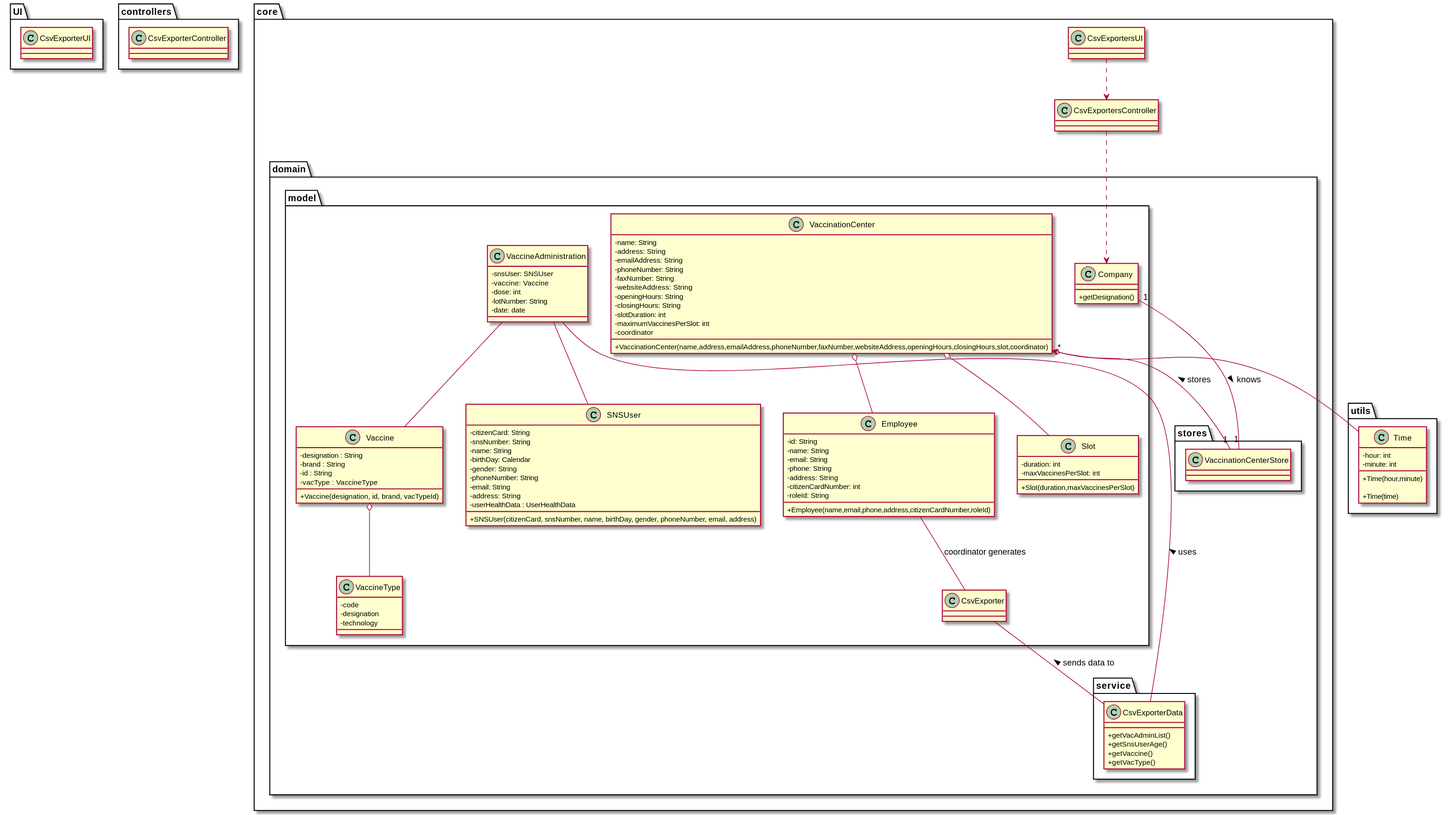
Before: docs/SprintD/US15/CD/US15_CD.svg, a diagram exported from PlantUML (miseEnPlace-i/lapr2).
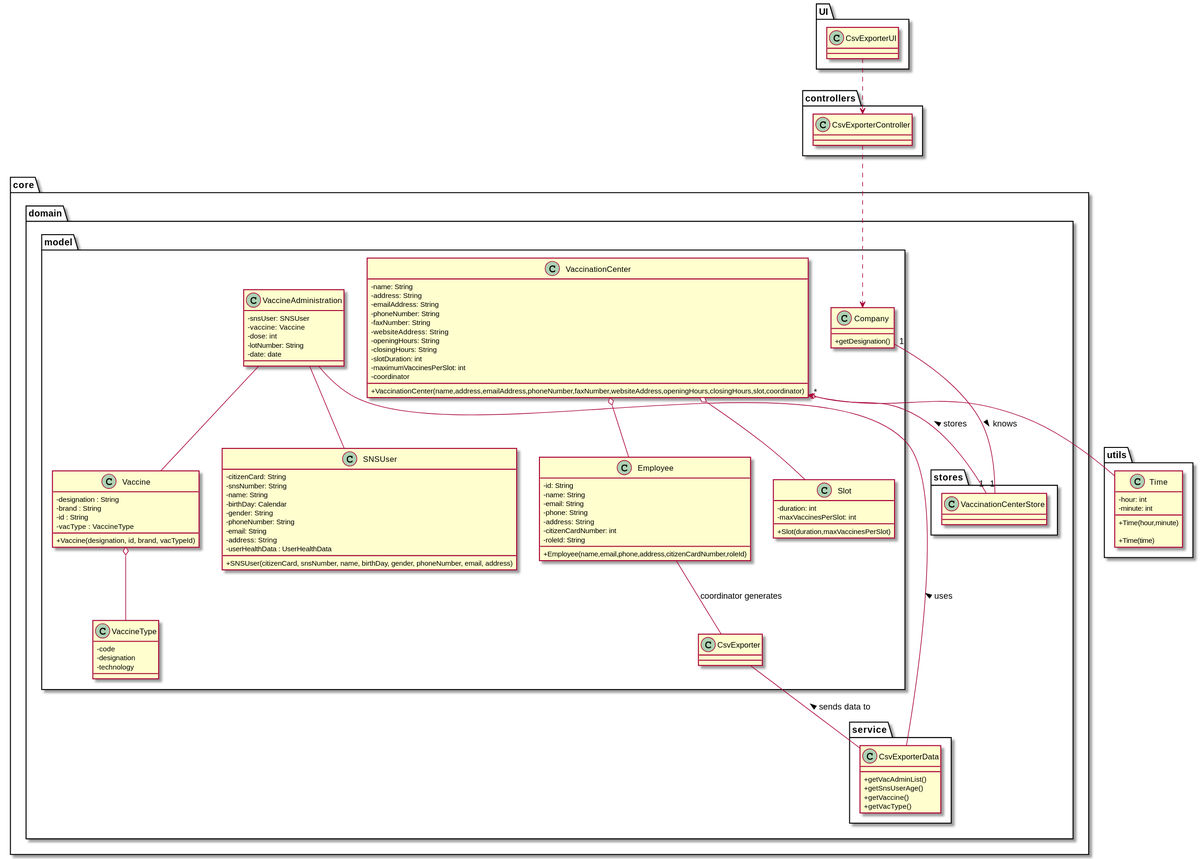
After the commit.

Change to the diagram source:
```diff
@@ -126,9 +126,9 @@
 
 
 
-CsvExportersUI ..> CsvExportersController
+CsvExporterUI ..> CsvExporterController
 
-CsvExportersController ..> Company
+CsvExporterController ..> Company
 
 Company "1" -- "1" VaccinationCenterStore : knows >
 
```
